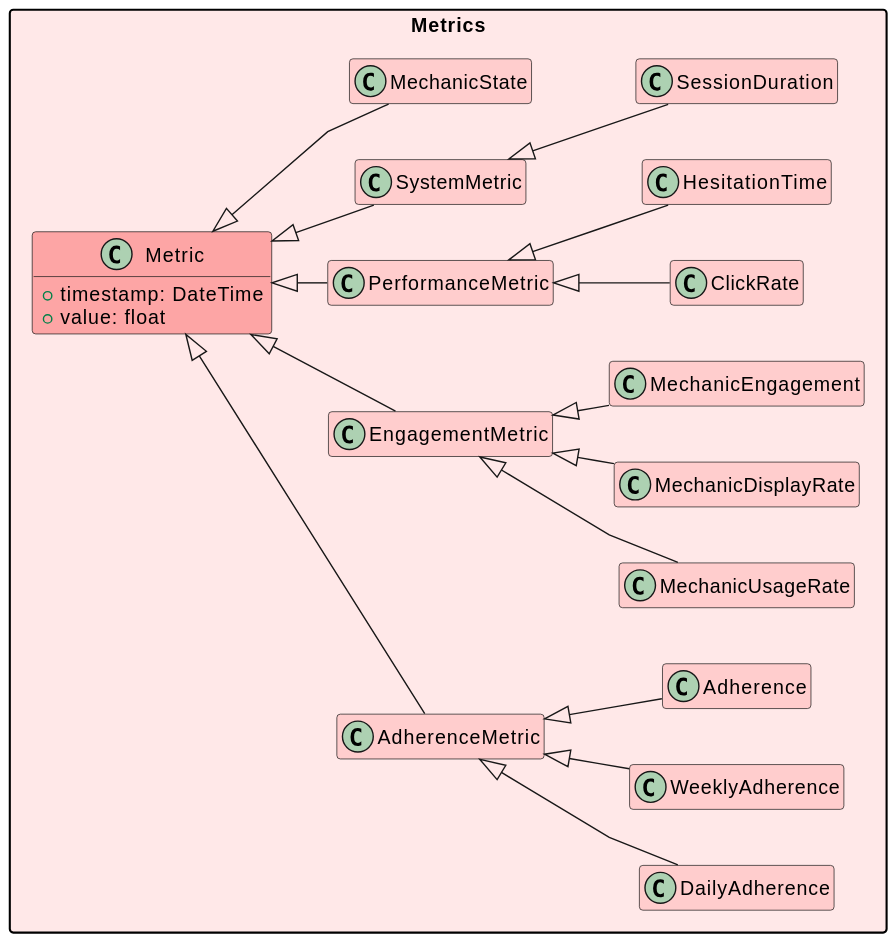
Above: out/UML/metrics/metrics.svg in Maks-stack/ontology (PlantUML), before the change. Its diagram source:
```plantuml
@startuml
skinparam linetype polyline
hide empty methods
hide empty attributes
hide empty members
left to right direction
skinparam nodesep 40
skinparam ranksep 40
skinparam packageStyle rectangle
package Metrics #ffe8e8 {
  class Metric #fda5a5ff {
    +timestamp: DateTime
    +value: float
  }
  class AdherenceMetric #ffcdcdff extends Metric
  class EngagementMetric #ffcdcdff extends Metric
  class PerformanceMetric #ffcdcdff extends Metric
  class SystemMetric #ffcdcdff extends Metric
  class MechanicState #ffcdcdff extends Metric


  class DailyAdherence #ffcdcdff extends AdherenceMetric
  class WeeklyAdherence #ffcdcdff extends AdherenceMetric
  class MechanicUsageRate #ffcdcdff extends EngagementMetric
  class MechanicDisplayRate #ffcdcdff extends EngagementMetric
  class MechanicEngagement #ffcdcdff extends EngagementMetric
  class SessionDuration #ffcdcdff extends SystemMetric
  class ClickRate #ffcdcdff extends PerformanceMetric
  class Adherence #ffcdcdff extends AdherenceMetric
  class HesitationTime #ffcdcdff extends PerformanceMetric
}
@enduml
```
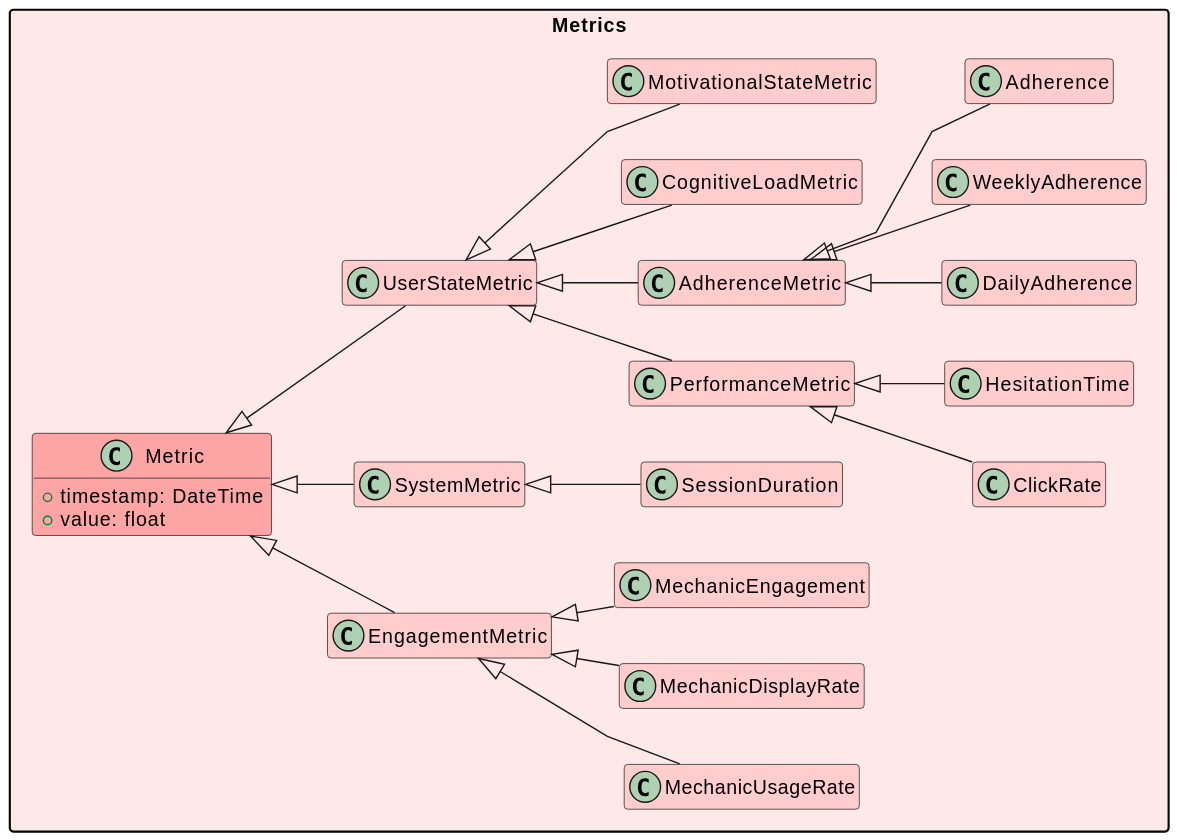
After the commit.

Diff of the diagram source:
```diff
@@ -7,26 +7,34 @@
 skinparam nodesep 40
 skinparam ranksep 40
 skinparam packageStyle rectangle
-package Metrics #ffe8e8 {
-  class Metric #fda5a5ff {
+
+!define metricsBack #ffe8e8ff
+!define metricsFront #fda5a5ff
+!define metricsLight #ffcdcdff
+
+package Metrics metricsBack {
+  class Metric metricsFront {
     +timestamp: DateTime
     +value: float
   }
-  class AdherenceMetric #ffcdcdff extends Metric
-  class EngagementMetric #ffcdcdff extends Metric
-  class PerformanceMetric #ffcdcdff extends Metric
-  class SystemMetric #ffcdcdff extends Metric
-  class MechanicState #ffcdcdff extends Metric
 
+  class EngagementMetric metricsLight extends Metric
 
-  class DailyAdherence #ffcdcdff extends AdherenceMetric
-  class WeeklyAdherence #ffcdcdff extends AdherenceMetric
-  class MechanicUsageRate #ffcdcdff extends EngagementMetric
-  class MechanicDisplayRate #ffcdcdff extends EngagementMetric
-  class MechanicEngagement #ffcdcdff extends EngagementMetric
-  class SessionDuration #ffcdcdff extends SystemMetric
-  class ClickRate #ffcdcdff extends PerformanceMetric
-  class Adherence #ffcdcdff extends AdherenceMetric
-  class HesitationTime #ffcdcdff extends PerformanceMetric
+  class SystemMetric metricsLight extends Metric
+  class UserStateMetric metricsLight extends Metric
+
+  class PerformanceMetric metricsLight extends UserStateMetric
+  class AdherenceMetric metricsLight extends UserStateMetric
+  class CognitiveLoadMetric metricsLight extends UserStateMetric
+  class MotivationalStateMetric metricsLight extends UserStateMetric
+  class DailyAdherence metricsLight extends AdherenceMetric
+  class WeeklyAdherence metricsLight extends AdherenceMetric
+  class MechanicUsageRate metricsLight extends EngagementMetric
+  class MechanicDisplayRate metricsLight extends EngagementMetric
+  class MechanicEngagement metricsLight extends EngagementMetric
+  class SessionDuration metricsLight extends SystemMetric
+  class ClickRate metricsLight extends PerformanceMetric
+  class Adherence metricsLight extends AdherenceMetric
+  class HesitationTime metricsLight extends PerformanceMetric
 }
 @enduml
```
